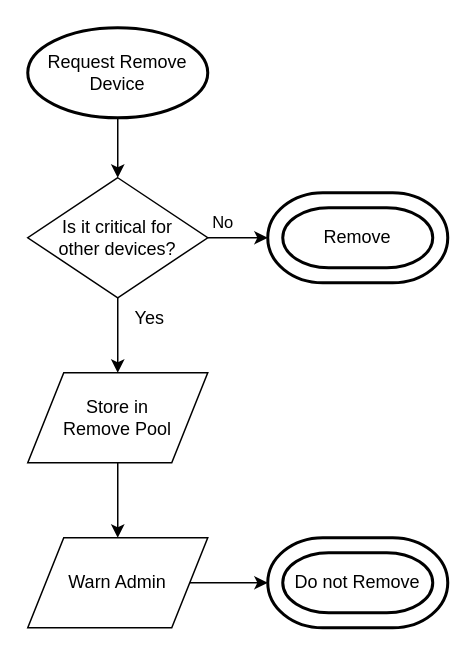
The draw.io diagram workflows/RemoveDevice.drawio in albertogiaretta/SxC4IoT, before the edit. Source tidied: cells renumbered, new cells numbered last; positions are measured from the earlier drawing's top-left corner, leaving out a move shared by most shapes. Both pictures are drawn from the tidied source at 150%, with x=0, y=0 at pixel (27, 27).
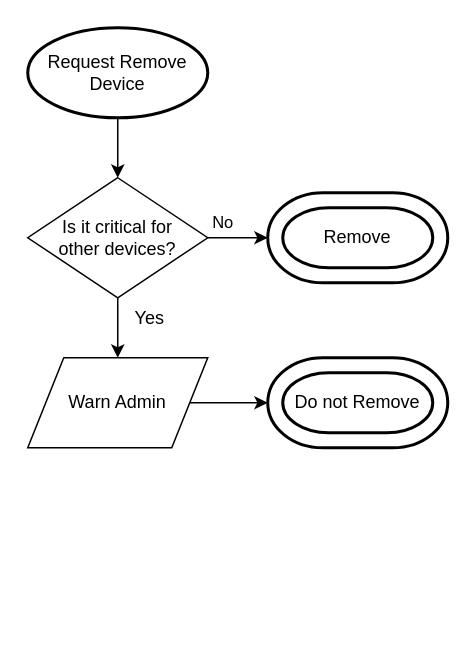
After the change.

Commit message (it also covers changes not shown here):
Fixed RemoveDevice workflow.

What changed in the source:
```diff
@@
 <mxGraphModel>
   <root>
     <mxCell id="0" />
     <mxCell id="1" parent="0" />
     <mxCell id="2" style="edgeStyle=orthogonalEdgeStyle;rounded=0;jettySize=auto;html=1;" parent="1" edge="1" source="3" target="6">
       <mxGeometry relative="1" as="geometry" />
     </mxCell>
     <mxCell id="3" value="Request Remove Device" style="strokeWidth=2;html=1;shape=mxgraph.flowchart.start_1;whiteSpace=wrap;" parent="1" vertex="1">
       <mxGeometry width="120" height="60" as="geometry" />
     </mxCell>
     <mxCell id="4" value="No" style="edgeStyle=orthogonalEdgeStyle;rounded=0;jettySize=auto;html=1;entryX=0;entryY=0.5;entryDx=0;entryDy=0;entryPerimeter=0;" parent="1" edge="1" source="6" target="11">
       <mxGeometry x="-0.5" y="10" relative="1" as="geometry" />
     </mxCell>
-    <mxCell id="5" style="edgeStyle=orthogonalEdgeStyle;rounded=0;jettySize=auto;html=1;" parent="1" edge="1" source="6" target="8">
+    <mxCell id="5" style="edgeStyle=orthogonalEdgeStyle;rounded=0;jettySize=auto;html=1;" parent="1" edge="1" source="6" target="17">
       <mxGeometry relative="1" as="geometry" />
     </mxCell>
     <mxCell id="6" value="Is it critical for&lt;br&gt;other devices?" style="rhombus;whiteSpace=wrap;html=1;" parent="1" vertex="1">
       <mxGeometry y="100" width="120" height="80" as="geometry" />
     </mxCell>
-    <mxCell id="7" style="edgeStyle=orthogonalEdgeStyle;rounded=0;jettySize=auto;html=1;" parent="1" edge="1" source="8" target="17">
-      <mxGeometry relative="1" as="geometry" />
-    </mxCell>
-    <mxCell id="8" value="Store in &lt;br&gt;Remove Pool" style="shape=parallelogram;perimeter=parallelogramPerimeter;whiteSpace=wrap;html=1;" parent="1" vertex="1">
-      <mxGeometry y="230" width="120" height="60" as="geometry" />
-    </mxCell>
     <mxCell id="9" value="Yes" style="text;html=1;align=center;verticalAlign=middle;labelBackgroundColor=#ffffff;" parent="1" vertex="1">
       <mxGeometry x="60" y="199.9" as="geometry">
         <mxPoint x="20" y="-6" as="offset" />
       </mxGeometry>
     </mxCell>
     <mxCell id="10" style="group;" parent="1" vertex="1">
       <mxGeometry x="160" y="110" width="120" height="60" as="geometry" />
     </mxCell>
     <mxCell id="11" style="strokeWidth=2;html=1;shape=mxgraph.flowchart.terminator;whiteSpace=wrap;" parent="10" vertex="1">
       <mxGeometry width="120" height="60" as="geometry" />
     </mxCell>
     <mxCell id="12" value="Remove" style="strokeWidth=2;html=1;shape=mxgraph.flowchart.terminator;whiteSpace=wrap;" parent="10" vertex="1">
       <mxGeometry x="10" y="10" width="100" height="40" as="geometry" />
     </mxCell>
     <mxCell id="13" style="group;" parent="1" vertex="1">
-      <mxGeometry x="160" y="340" width="120" height="60" as="geometry" />
+      <mxGeometry x="160" y="220" width="120" height="60" as="geometry" />
     </mxCell>
     <mxCell id="14" style="strokeWidth=2;html=1;shape=mxgraph.flowchart.terminator;whiteSpace=wrap;" parent="13" vertex="1">
       <mxGeometry width="120" height="60" as="geometry" />
     </mxCell>
     <mxCell id="15" value="Do not Remove" style="strokeWidth=2;html=1;shape=mxgraph.flowchart.terminator;whiteSpace=wrap;" parent="13" vertex="1">
       <mxGeometry x="10" y="10" width="100" height="40" as="geometry" />
     </mxCell>
     <mxCell id="16" style="edgeStyle=orthogonalEdgeStyle;rounded=0;jettySize=auto;html=1;" parent="1" edge="1" source="17" target="14">
       <mxGeometry relative="1" as="geometry" />
     </mxCell>
     <mxCell id="17" value="Warn Admin" style="shape=parallelogram;perimeter=parallelogramPerimeter;whiteSpace=wrap;html=1;" parent="1" vertex="1">
-      <mxGeometry y="340" width="120" height="60" as="geometry" />
+      <mxGeometry y="220" width="120" height="60" as="geometry" />
     </mxCell>
   </root>
 </mxGraphModel>
```
